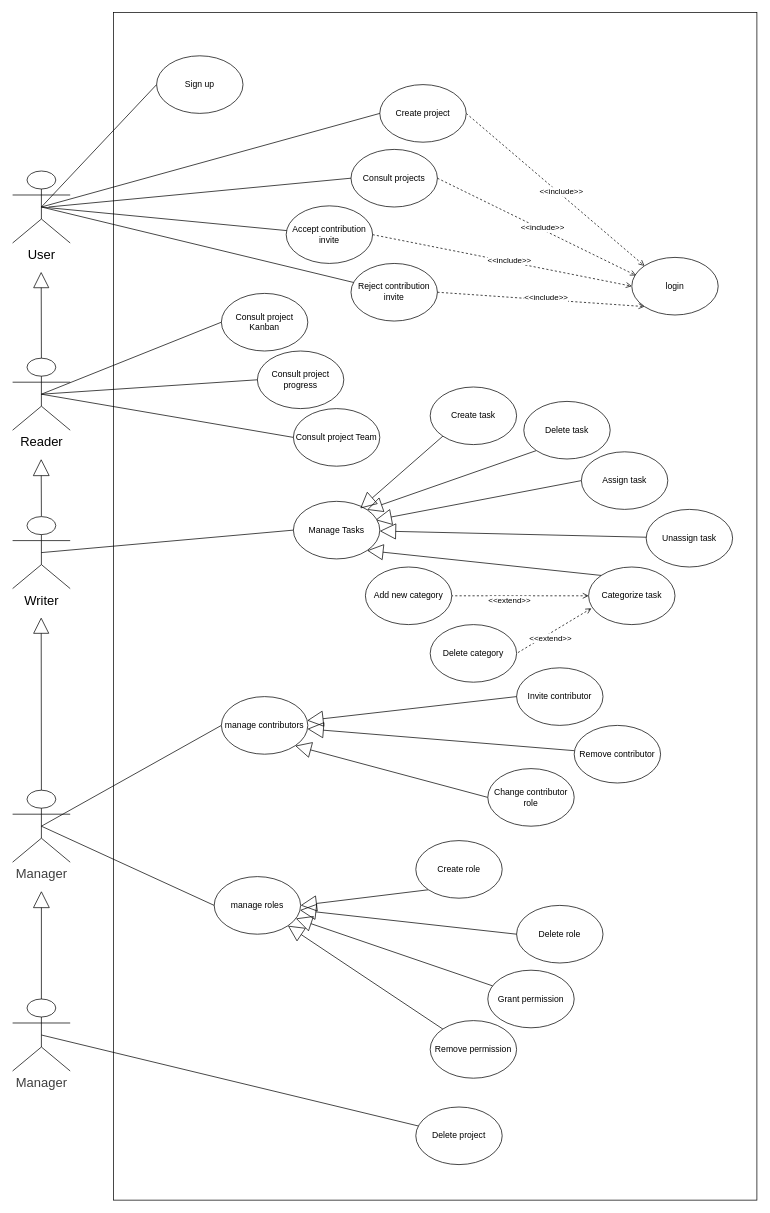
This is diagrams/usecase.drawio from Abderrahman-Ahouari/projet-de-stage, a draw.io file, before an edit. Source tidied: cells renumbered, new cells numbered last; positions are measured from the earlier drawing's top-left corner, leaving out a move shared by most shapes. Both pictures are drawn from the tidied source at 72%, with x=0, y=0 at pixel (-159, 55).
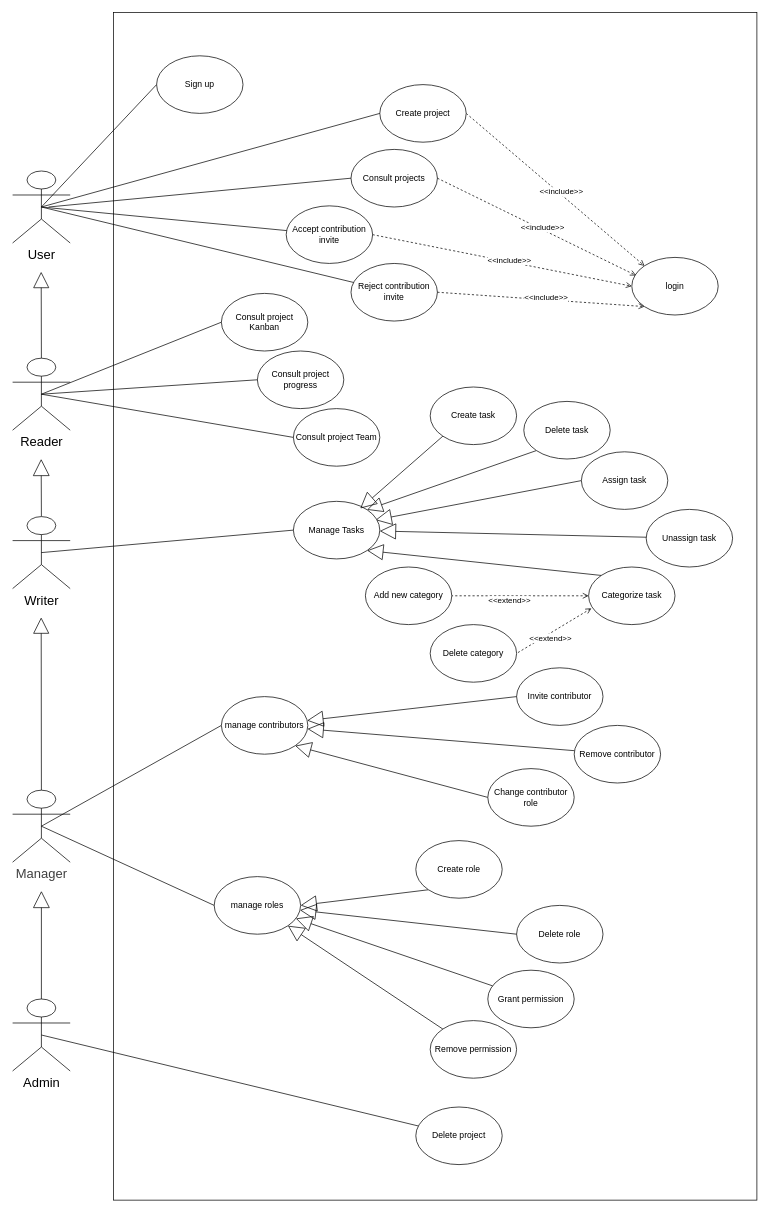
After the change.

The edit, as a diff of the source:
```diff
@@
-    <mxCell id="73" value="&lt;span style=&quot;color: rgb(63, 63, 63); font-size: 18px;&quot;&gt;Manager&lt;/span&gt;" style="shape=umlActor;verticalLabelPosition=bottom;verticalAlign=top;html=1;outlineConnect=0;" parent="1" vertex="1">
+    <mxCell id="73" value="&lt;span style=&quot;font-size: 18px;&quot;&gt;Admin&lt;/span&gt;" style="shape=umlActor;verticalLabelPosition=bottom;verticalAlign=top;html=1;outlineConnect=0;" parent="1" vertex="1">
       <mxGeometry x="238" y="1310" width="80" height="100" as="geometry" />
     </mxCell>
```
